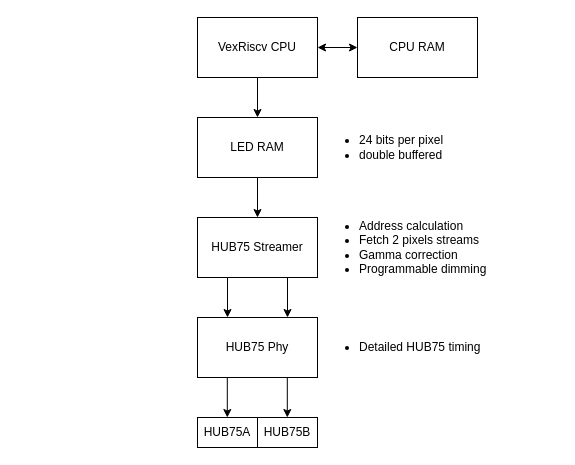
Earlier version of the draw.io diagram assets/led_cube/led_cube.drawio (tomverbeure/tomverbeure.github.io). Source tidied: cells renumbered, new cells numbered last; positions are measured from the earlier drawing's top-left corner, leaving out a move shared by most shapes. Both pictures are drawn from the tidied source at 100%, with x=0, y=0 at pixel (197, 17).
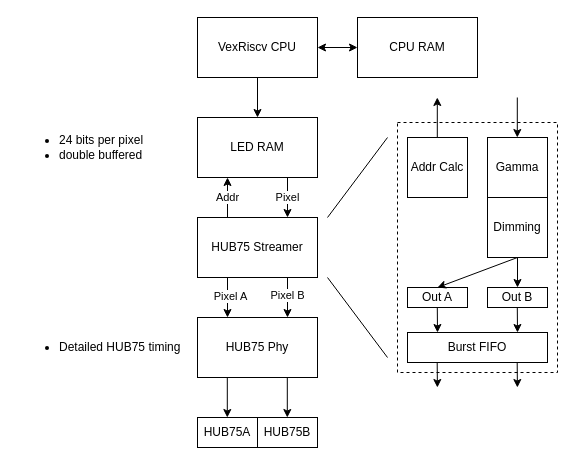
The same diagram, later.

Unchanged cells that the change refers to:
```xml
<mxCell id="5" value="LED RAM" style="rounded=0;whiteSpace=wrap;html=1;" parent="1" vertex="1">
  <mxGeometry y="100" width="120" height="60" as="geometry" />
</mxCell>
<mxCell id="7" value="HUB75 Streamer" style="rounded=0;whiteSpace=wrap;html=1;" parent="1" vertex="1">
  <mxGeometry y="200" width="120" height="60" as="geometry" />
</mxCell>
<mxCell id="10" style="endArrow=classic;html=1;entryX=0.25;entryY=0;entryDx=0;entryDy=0;exitX=0.25;exitY=1;exitDx=0;exitDy=0;" parent="1" edge="1" source="7" target="9">
  <mxGeometry relative="1" as="geometry" />
</mxCell>
<mxCell id="11" style="endArrow=classic;html=1;entryX=0.25;entryY=0;entryDx=0;entryDy=0;exitX=0.25;exitY=1;exitDx=0;exitDy=0;" parent="1" edge="1">
  <mxGeometry relative="1" as="geometry">
    <mxPoint x="90" y="260" as="sourcePoint" />
    <mxPoint x="90" y="300" as="targetPoint" />
  </mxGeometry>
</mxCell>
```

What changed in the source:
```diff
@@
-    <mxCell id="8" style="endArrow=classic;html=1;exitX=0.5;exitY=1;exitDx=0;exitDy=0;entryX=0.5;entryY=0;entryDx=0;entryDy=0;" parent="1" edge="1" source="5" target="7">
+    <mxCell id="8" value="Pixel" style="endArrow=classic;html=1;exitX=0.75;exitY=1;exitDx=0;exitDy=0;entryX=0.75;entryY=0;entryDx=0;entryDy=0;" parent="1" edge="1" source="5" target="7">
       <mxGeometry relative="1" as="geometry" />
     </mxCell>
@@
+    <mxCell id="19" value="Pixel A" style="edgeLabel;html=1;align=center;verticalAlign=middle;" parent="10" vertex="1">
+      <mxGeometry x="-0.08" y="2" relative="1" as="geometry" />
+    </mxCell>
@@
+    <mxCell id="20" value="Pixel B" style="edgeLabel;html=1;align=center;verticalAlign=middle;" parent="11" vertex="1">
+      <mxGeometry x="-0.16" y="-1" relative="1" as="geometry" />
+    </mxCell>
@@
-    <mxCell id="16" value="&lt;ul&gt;&lt;li&gt;Address calculation&lt;/li&gt;&lt;li&gt;Fetch 2 pixels streams&lt;/li&gt;&lt;li&gt;Gamma correction&lt;/li&gt;&lt;li&gt;Programmable dimming&lt;/li&gt;&lt;/ul&gt;" style="text;html=1;strokeColor=none;fillColor=none;align=left;verticalAlign=middle;whiteSpace=wrap;rounded=0;" parent="1" vertex="1">
-      <mxGeometry x="120" y="200" width="180" height="60" as="geometry" />
-    </mxCell>
     <mxCell id="17" value="&lt;ul&gt;&lt;li&gt;Detailed HUB75 timing&lt;/li&gt;&lt;/ul&gt;" style="text;html=1;strokeColor=none;fillColor=none;align=left;verticalAlign=middle;whiteSpace=wrap;rounded=0;" parent="1" vertex="1">
-      <mxGeometry x="120" y="300" width="180" height="60" as="geometry" />
+      <mxGeometry x="-180" y="300" width="180" height="60" as="geometry" />
     </mxCell>
     <mxCell id="18" value="&lt;ul&gt;&lt;li&gt;24 bits per pixel&lt;/li&gt;&lt;li&gt;double buffered&lt;/li&gt;&lt;/ul&gt;" style="text;html=1;strokeColor=none;fillColor=none;align=left;verticalAlign=middle;whiteSpace=wrap;rounded=0;" parent="1" vertex="1">
-      <mxGeometry x="120" y="100" width="180" height="60" as="geometry" />
+      <mxGeometry x="-180" y="100" width="180" height="60" as="geometry" />
     </mxCell>
+    <mxCell id="21" value="Addr" style="endArrow=classic;html=1;exitX=0.25;exitY=0;exitDx=0;exitDy=0;entryX=0.25;entryY=1;entryDx=0;entryDy=0;" parent="1" edge="1" source="7" target="5">
+      <mxGeometry relative="1" as="geometry" />
+    </mxCell>
+    <mxCell id="22" style="endArrow=none;html=1;strokeWidth=1;" parent="1" edge="1">
+      <mxGeometry relative="1" as="geometry">
+        <mxPoint x="130" y="200" as="sourcePoint" />
+        <mxPoint x="190" y="120" as="targetPoint" />
+      </mxGeometry>
+    </mxCell>
+    <mxCell id="23" style="endArrow=none;html=1;strokeWidth=1;" parent="1" edge="1">
+      <mxGeometry relative="1" as="geometry">
+        <mxPoint x="130" y="260" as="sourcePoint" />
+        <mxPoint x="190" y="340" as="targetPoint" />
+      </mxGeometry>
+    </mxCell>
+    <mxCell id="24" style="group;" parent="1" vertex="1">
+      <mxGeometry x="200" y="80" width="160" height="290" as="geometry" />
+    </mxCell>
+    <mxCell id="25" style="rounded=0;whiteSpace=wrap;html=1;dashed=1;" parent="24" vertex="1">
+      <mxGeometry y="25" width="160" height="250" as="geometry" />
+    </mxCell>
+    <mxCell id="26" value="Addr Calc" style="rounded=0;whiteSpace=wrap;html=1;" parent="24" vertex="1">
+      <mxGeometry x="10" y="40" width="60" height="60" as="geometry" />
+    </mxCell>
+    <mxCell id="27" value="Gamma" style="rounded=0;whiteSpace=wrap;html=1;" parent="24" vertex="1">
+      <mxGeometry x="90" y="40" width="60" height="60" as="geometry" />
+    </mxCell>
+    <mxCell id="28" value="Dimming" style="rounded=0;whiteSpace=wrap;html=1;" parent="24" vertex="1">
+      <mxGeometry x="90" y="100" width="60" height="60" as="geometry" />
+    </mxCell>
+    <mxCell id="29" value="Out A" style="rounded=0;whiteSpace=wrap;html=1;" parent="24" vertex="1">
+      <mxGeometry x="10" y="190" width="60" height="20" as="geometry" />
+    </mxCell>
+    <mxCell id="30" value="Out B" style="rounded=0;whiteSpace=wrap;html=1;" parent="24" vertex="1">
+      <mxGeometry x="90" y="190" width="60" height="20" as="geometry" />
+    </mxCell>
+    <mxCell id="31" style="endArrow=classic;html=1;exitX=0.5;exitY=1;exitDx=0;exitDy=0;" parent="24" edge="1" source="28" target="30">
+      <mxGeometry as="geometry" />
+    </mxCell>
+    <mxCell id="32" style="endArrow=classic;html=1;exitX=0.5;exitY=1;exitDx=0;exitDy=0;entryX=0.5;entryY=0;entryDx=0;entryDy=0;" parent="24" edge="1" source="28" target="29">
+      <mxGeometry as="geometry" />
+    </mxCell>
+    <mxCell id="33" style="endArrow=classic;html=1;exitX=0.25;exitY=1;exitDx=0;exitDy=0;" parent="24" edge="1">
+      <mxGeometry as="geometry">
+        <mxPoint x="39.8" y="210" as="sourcePoint" />
+        <mxPoint x="40" y="235" as="targetPoint" />
+      </mxGeometry>
+    </mxCell>
+    <mxCell id="34" style="endArrow=classic;html=1;exitX=0.25;exitY=1;exitDx=0;exitDy=0;" parent="24" edge="1">
+      <mxGeometry as="geometry">
+        <mxPoint x="119.8" y="210" as="sourcePoint" />
+        <mxPoint x="120" y="235" as="targetPoint" />
+      </mxGeometry>
+    </mxCell>
+    <mxCell id="35" style="endArrow=classic;html=1;exitX=0.75;exitY=1;exitDx=0;exitDy=0;entryX=0.75;entryY=0;entryDx=0;entryDy=0;" parent="24" edge="1">
+      <mxGeometry as="geometry">
+        <mxPoint x="119.8" as="sourcePoint" />
+        <mxPoint x="119.8" y="40" as="targetPoint" />
+      </mxGeometry>
+    </mxCell>
+    <mxCell id="36" style="endArrow=classic;html=1;exitX=0.25;exitY=0;exitDx=0;exitDy=0;entryX=0.25;entryY=1;entryDx=0;entryDy=0;" parent="24" edge="1">
+      <mxGeometry as="geometry">
+        <mxPoint x="39.8" y="40" as="sourcePoint" />
+        <mxPoint x="39.8" as="targetPoint" />
+      </mxGeometry>
+    </mxCell>
+    <mxCell id="37" value="Burst FIFO" style="rounded=0;whiteSpace=wrap;html=1;" parent="24" vertex="1">
+      <mxGeometry x="10" y="235" width="140" height="30" as="geometry" />
+    </mxCell>
+    <mxCell id="38" style="endArrow=classic;html=1;exitX=0.25;exitY=1;exitDx=0;exitDy=0;" parent="24" edge="1">
+      <mxGeometry x="-0.1" y="55" as="geometry">
+        <mxPoint x="39.7" y="265" as="sourcePoint" />
+        <mxPoint x="39.9" y="290" as="targetPoint" />
+      </mxGeometry>
+    </mxCell>
+    <mxCell id="39" style="endArrow=classic;html=1;exitX=0.25;exitY=1;exitDx=0;exitDy=0;" parent="24" edge="1">
+      <mxGeometry x="-0.1" y="55" as="geometry">
+        <mxPoint x="119.7" y="265" as="sourcePoint" />
+        <mxPoint x="119.9" y="290" as="targetPoint" />
+      </mxGeometry>
+    </mxCell>
```
